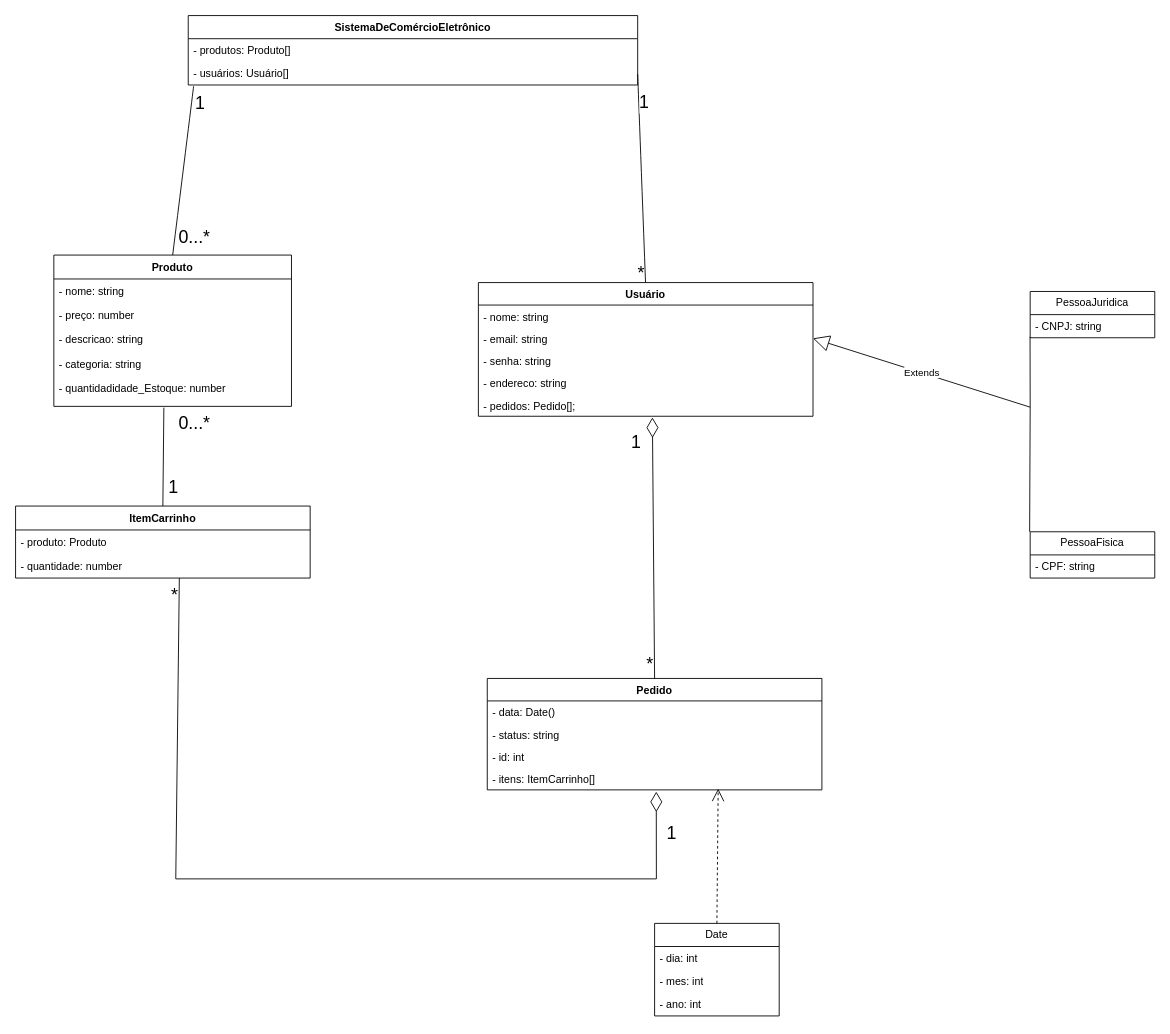
Earlier version of the draw.io diagram Diagramas/DiagramaQ10.drawio (Mateus-Fernandes-Barbosa/EngenhariaDeSoftware). Source tidied: cells renumbered, new cells numbered last; positions are measured from the earlier drawing's top-left corner, leaving out a move shared by most shapes. Both pictures are drawn from the tidied source at 89%, with x=0, y=0 at pixel (15, 15).
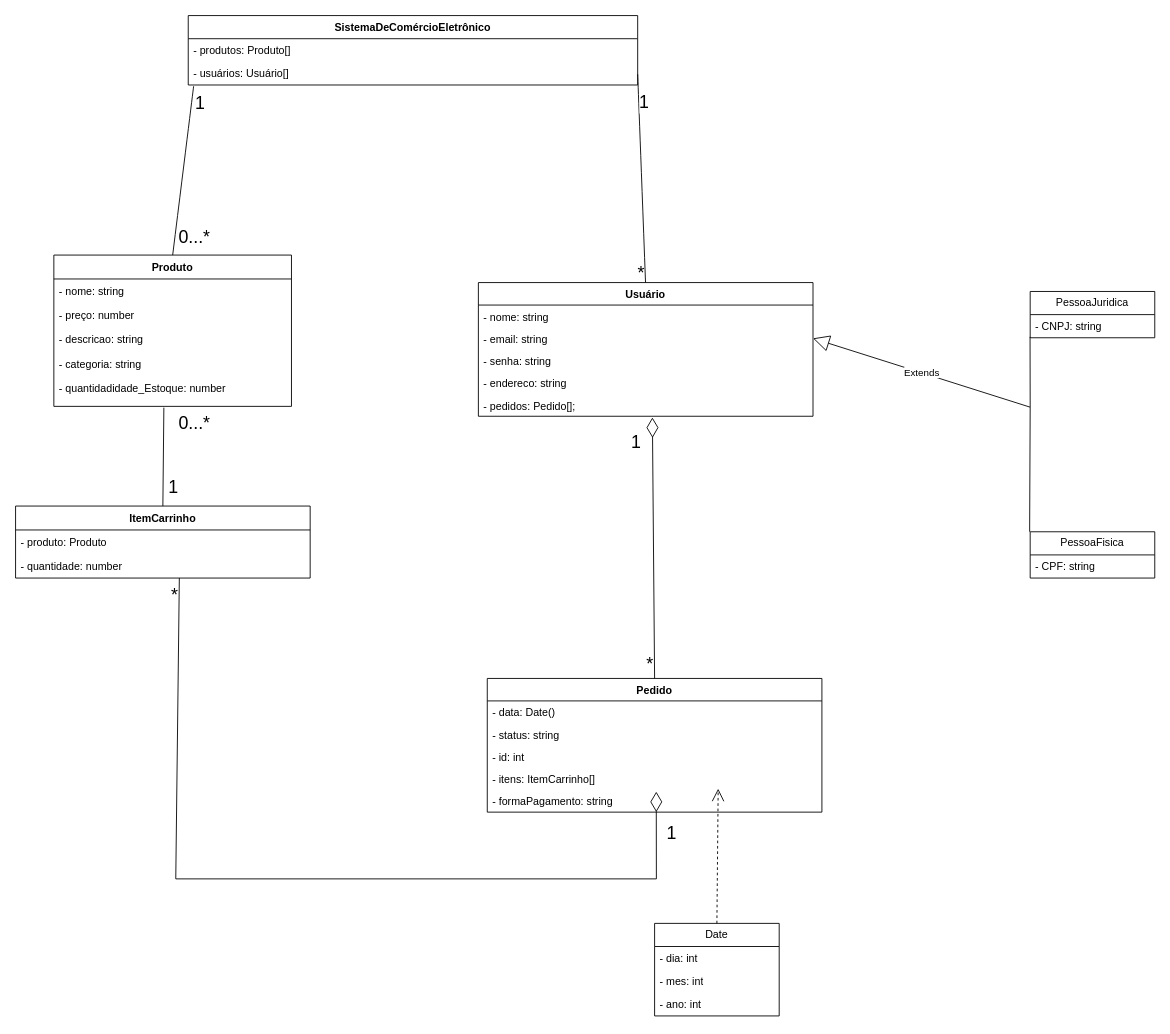
The same diagram, later.

The edit, as a diff of the source:
```diff
@@
     <mxCell id="37" value="Pedido" style="swimlane;fontStyle=1;align=center;verticalAlign=top;horizontal=1;startSize=25.25;" parent="1" vertex="1">
-      <mxGeometry x="530" y="744.8" width="376" height="125.2" as="geometry" />
+      <mxGeometry x="530" y="744.8" width="376" height="150.2" as="geometry" />
     </mxCell>
@@
+    <mxCell id="50" value="- formaPagamento: string" style="text;strokeColor=none;fillColor=none;align=left;verticalAlign=top;spacingLeft=4;spacingRight=4;overflow=hidden;" parent="37" vertex="1">
+      <mxGeometry y="125.2" width="376" height="25" as="geometry" />
+    </mxCell>
```
